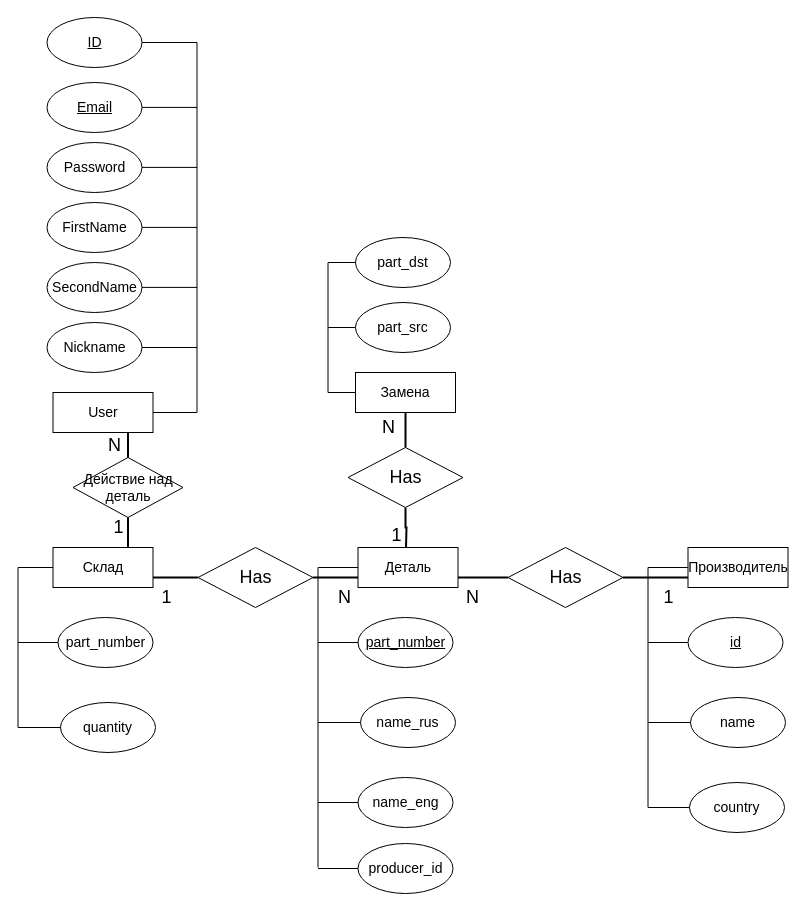
maxerMU/db-course keeps this draw.io diagram as page "er-diaram" (2 of 2) of ppo/lab_01/ER_Diagram.drawio. Above is the earlier version. Source tidied: cells renumbered, new cells numbered last; positions are measured from the earlier drawing's top-left corner, leaving out a move shared by most shapes. Both pictures are drawn from the tidied source at 100%, with x=0, y=0 at pixel (18, 17).
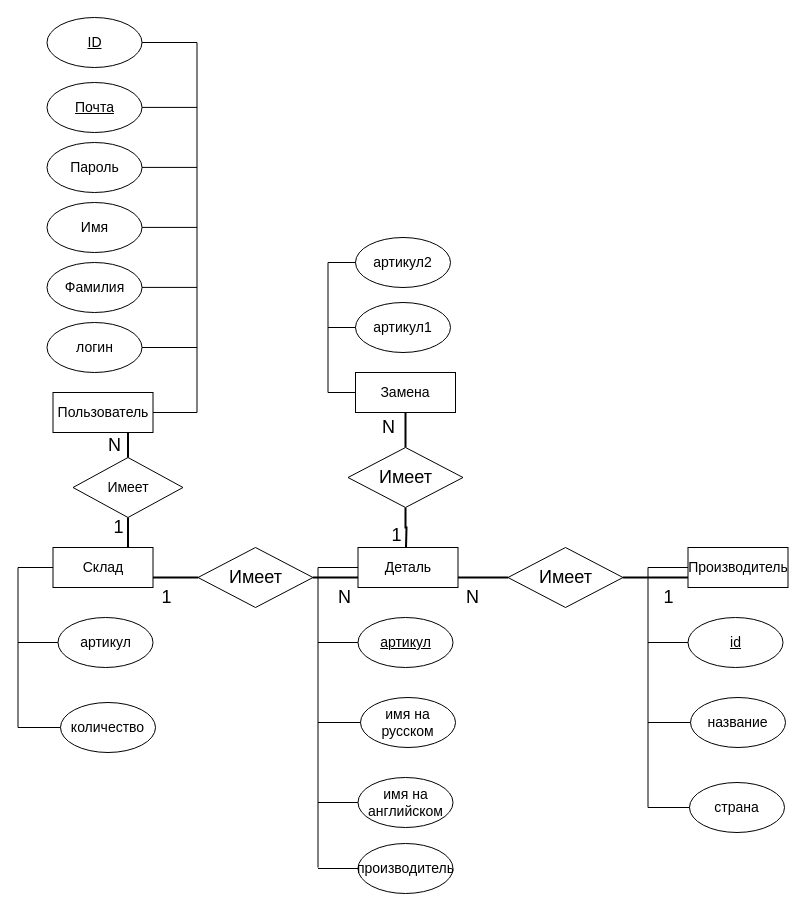
Above is the later version.

Change to the diagram source:
```diff
@@
-    <mxCell id="3" value="&lt;u&gt;&lt;font style=&quot;font-size: 14px&quot;&gt;part_number&lt;/font&gt;&lt;/u&gt;" style="ellipse;whiteSpace=wrap;html=1;" parent="1" vertex="1">
+    <mxCell id="3" value="&lt;u&gt;&lt;font style=&quot;font-size: 14px&quot;&gt;артикул&lt;/font&gt;&lt;/u&gt;" style="ellipse;whiteSpace=wrap;html=1;" parent="1" vertex="1">
       <mxGeometry x="339.5" y="600" width="95" height="50" as="geometry" />
     </mxCell>
-    <mxCell id="4" value="&lt;font style=&quot;font-size: 14px&quot;&gt;name_rus&lt;/font&gt;" style="ellipse;whiteSpace=wrap;html=1;" parent="1" vertex="1">
+    <mxCell id="4" value="&lt;font style=&quot;font-size: 14px&quot;&gt;имя на русском&lt;/font&gt;" style="ellipse;whiteSpace=wrap;html=1;" parent="1" vertex="1">
       <mxGeometry x="342" y="680" width="95" height="50" as="geometry" />
     </mxCell>
-    <mxCell id="5" value="&lt;font style=&quot;font-size: 14px&quot;&gt;name_eng&lt;/font&gt;" style="ellipse;whiteSpace=wrap;html=1;" parent="1" vertex="1">
+    <mxCell id="5" value="&lt;font style=&quot;font-size: 14px&quot;&gt;имя на английском&lt;/font&gt;" style="ellipse;whiteSpace=wrap;html=1;" parent="1" vertex="1">
       <mxGeometry x="339.5" y="760" width="95" height="50" as="geometry" />
     </mxCell>
-    <mxCell id="6" value="&lt;font style=&quot;font-size: 14px&quot;&gt;producer_id&lt;/font&gt;" style="ellipse;whiteSpace=wrap;html=1;" parent="1" vertex="1">
+    <mxCell id="6" value="&lt;font style=&quot;font-size: 14px&quot;&gt;производитель&lt;/font&gt;" style="ellipse;whiteSpace=wrap;html=1;" parent="1" vertex="1">
       <mxGeometry x="339.5" y="826" width="95" height="50" as="geometry" />
     </mxCell>
@@
-    <mxCell id="15" value="&lt;font style=&quot;font-size: 14px&quot;&gt;name&lt;/font&gt;" style="ellipse;whiteSpace=wrap;html=1;" parent="1" vertex="1">
+    <mxCell id="15" value="&lt;font style=&quot;font-size: 14px&quot;&gt;название&lt;/font&gt;" style="ellipse;whiteSpace=wrap;html=1;" parent="1" vertex="1">
       <mxGeometry x="672" y="680" width="95" height="50" as="geometry" />
     </mxCell>
-    <mxCell id="16" value="&lt;font style=&quot;font-size: 14px&quot;&gt;country&lt;/font&gt;" style="ellipse;whiteSpace=wrap;html=1;" parent="1" vertex="1">
+    <mxCell id="16" value="&lt;font style=&quot;font-size: 14px&quot;&gt;страна&lt;/font&gt;" style="ellipse;whiteSpace=wrap;html=1;" parent="1" vertex="1">
       <mxGeometry x="671" y="765" width="95" height="50" as="geometry" />
     </mxCell>
@@
-    <mxCell id="24" value="&lt;span style=&quot;font-size: 18px&quot;&gt;Has&lt;/span&gt;" style="rhombus;whiteSpace=wrap;html=1;" parent="1" vertex="1">
+    <mxCell id="24" value="&lt;span style=&quot;font-size: 18px&quot;&gt;Имеет&lt;/span&gt;" style="rhombus;whiteSpace=wrap;html=1;" parent="1" vertex="1">
       <mxGeometry x="489.5" y="530" width="115" height="60" as="geometry" />
     </mxCell>
@@
-    <mxCell id="26" value="&lt;span style=&quot;font-size: 14px&quot;&gt;part_src&lt;/span&gt;" style="ellipse;whiteSpace=wrap;html=1;" parent="1" vertex="1">
+    <mxCell id="26" value="&lt;span style=&quot;font-size: 14px&quot;&gt;артикул1&lt;/span&gt;" style="ellipse;whiteSpace=wrap;html=1;" parent="1" vertex="1">
       <mxGeometry x="337" y="285" width="95" height="50" as="geometry" />
     </mxCell>
-    <mxCell id="27" value="&lt;span style=&quot;font-size: 14px&quot;&gt;part_dst&lt;/span&gt;" style="ellipse;whiteSpace=wrap;html=1;" parent="1" vertex="1">
+    <mxCell id="27" value="&lt;span style=&quot;font-size: 14px&quot;&gt;артикул2&lt;/span&gt;" style="ellipse;whiteSpace=wrap;html=1;" parent="1" vertex="1">
       <mxGeometry x="337" y="220" width="95" height="50" as="geometry" />
     </mxCell>
@@
-    <mxCell id="33" value="&lt;span style=&quot;font-size: 18px&quot;&gt;Has&lt;/span&gt;" style="rhombus;whiteSpace=wrap;html=1;" parent="1" vertex="1">
+    <mxCell id="33" value="&lt;span style=&quot;font-size: 18px&quot;&gt;Имеет&lt;/span&gt;" style="rhombus;whiteSpace=wrap;html=1;" parent="1" vertex="1">
       <mxGeometry x="329.5" y="430" width="115" height="60" as="geometry" />
     </mxCell>
@@
-    <mxCell id="35" value="&lt;span style=&quot;font-size: 14px&quot;&gt;part_number&lt;/span&gt;" style="ellipse;whiteSpace=wrap;html=1;" parent="1" vertex="1">
+    <mxCell id="35" value="&lt;span style=&quot;font-size: 14px&quot;&gt;артикул&lt;/span&gt;" style="ellipse;whiteSpace=wrap;html=1;" parent="1" vertex="1">
       <mxGeometry x="39.5" y="600" width="95" height="50" as="geometry" />
     </mxCell>
-    <mxCell id="36" value="&lt;font style=&quot;font-size: 14px&quot;&gt;quantity&lt;/font&gt;" style="ellipse;whiteSpace=wrap;html=1;" parent="1" vertex="1">
+    <mxCell id="36" value="&lt;font style=&quot;font-size: 14px&quot;&gt;количество&lt;/font&gt;" style="ellipse;whiteSpace=wrap;html=1;" parent="1" vertex="1">
       <mxGeometry x="42" y="685" width="95" height="50" as="geometry" />
     </mxCell>
@@
-    <mxCell id="43" value="&lt;span style=&quot;font-size: 18px&quot;&gt;Has&lt;/span&gt;" style="rhombus;whiteSpace=wrap;html=1;" parent="1" vertex="1">
+    <mxCell id="43" value="&lt;span style=&quot;font-size: 18px;&quot;&gt;Имеет&lt;/span&gt;" style="rhombus;whiteSpace=wrap;html=1;" parent="1" vertex="1">
       <mxGeometry x="179.5" y="530" width="115" height="60" as="geometry" />
     </mxCell>
-    <mxCell id="44" value="&lt;font style=&quot;font-size: 14px&quot;&gt;User&lt;/font&gt;" style="rounded=0;whiteSpace=wrap;html=1;" parent="1" vertex="1">
+    <mxCell id="44" value="&lt;font style=&quot;font-size: 14px&quot;&gt;Пользователь&lt;/font&gt;" style="rounded=0;whiteSpace=wrap;html=1;" parent="1" vertex="1">
       <mxGeometry x="34.5" y="375" width="100" height="40" as="geometry" />
     </mxCell>
@@
-    <mxCell id="46" value="&lt;u&gt;&lt;font style=&quot;font-size: 14px&quot;&gt;Email&lt;/font&gt;&lt;/u&gt;" style="ellipse;whiteSpace=wrap;html=1;" parent="1" vertex="1">
+    <mxCell id="46" value="&lt;u&gt;&lt;font style=&quot;font-size: 14px&quot;&gt;Почта&lt;/font&gt;&lt;/u&gt;" style="ellipse;whiteSpace=wrap;html=1;" parent="1" vertex="1">
       <mxGeometry x="28.5" y="65" width="95" height="50" as="geometry" />
     </mxCell>
-    <mxCell id="47" value="&lt;font style=&quot;font-size: 14px&quot;&gt;Password&lt;/font&gt;" style="ellipse;whiteSpace=wrap;html=1;" parent="1" vertex="1">
+    <mxCell id="47" value="&lt;font style=&quot;font-size: 14px&quot;&gt;Пароль&lt;/font&gt;" style="ellipse;whiteSpace=wrap;html=1;" parent="1" vertex="1">
       <mxGeometry x="28.5" y="125" width="95" height="50" as="geometry" />
     </mxCell>
-    <mxCell id="48" value="&lt;font style=&quot;font-size: 14px&quot;&gt;FirstName&lt;/font&gt;" style="ellipse;whiteSpace=wrap;html=1;" parent="1" vertex="1">
+    <mxCell id="48" value="&lt;font style=&quot;font-size: 14px&quot;&gt;Имя&lt;/font&gt;" style="ellipse;whiteSpace=wrap;html=1;" parent="1" vertex="1">
       <mxGeometry x="28.5" y="185" width="95" height="50" as="geometry" />
     </mxCell>
-    <mxCell id="49" value="&lt;font style=&quot;font-size: 14px&quot;&gt;SecondName&lt;/font&gt;" style="ellipse;whiteSpace=wrap;html=1;" parent="1" vertex="1">
+    <mxCell id="49" value="&lt;font style=&quot;font-size: 14px&quot;&gt;Фамилия&lt;/font&gt;" style="ellipse;whiteSpace=wrap;html=1;" parent="1" vertex="1">
       <mxGeometry x="28.5" y="245" width="95" height="50" as="geometry" />
     </mxCell>
-    <mxCell id="50" value="&lt;font style=&quot;font-size: 14px&quot;&gt;Nickname&lt;/font&gt;" style="ellipse;whiteSpace=wrap;html=1;" parent="1" vertex="1">
+    <mxCell id="50" value="&lt;font style=&quot;font-size: 14px&quot;&gt;логин&lt;/font&gt;" style="ellipse;whiteSpace=wrap;html=1;" parent="1" vertex="1">
       <mxGeometry x="28.5" y="305" width="95" height="50" as="geometry" />
     </mxCell>
@@
-    <mxCell id="61" value="&lt;font style=&quot;font-size: 14px&quot;&gt;Действие над деталь&lt;/font&gt;" style="rhombus;whiteSpace=wrap;html=1;" parent="1" vertex="1">
+    <mxCell id="61" value="&lt;font style=&quot;font-size: 14px&quot;&gt;Имеет&lt;/font&gt;" style="rhombus;whiteSpace=wrap;html=1;" parent="1" vertex="1">
       <mxGeometry x="54.5" y="440" width="110" height="60" as="geometry" />
     </mxCell>
```
